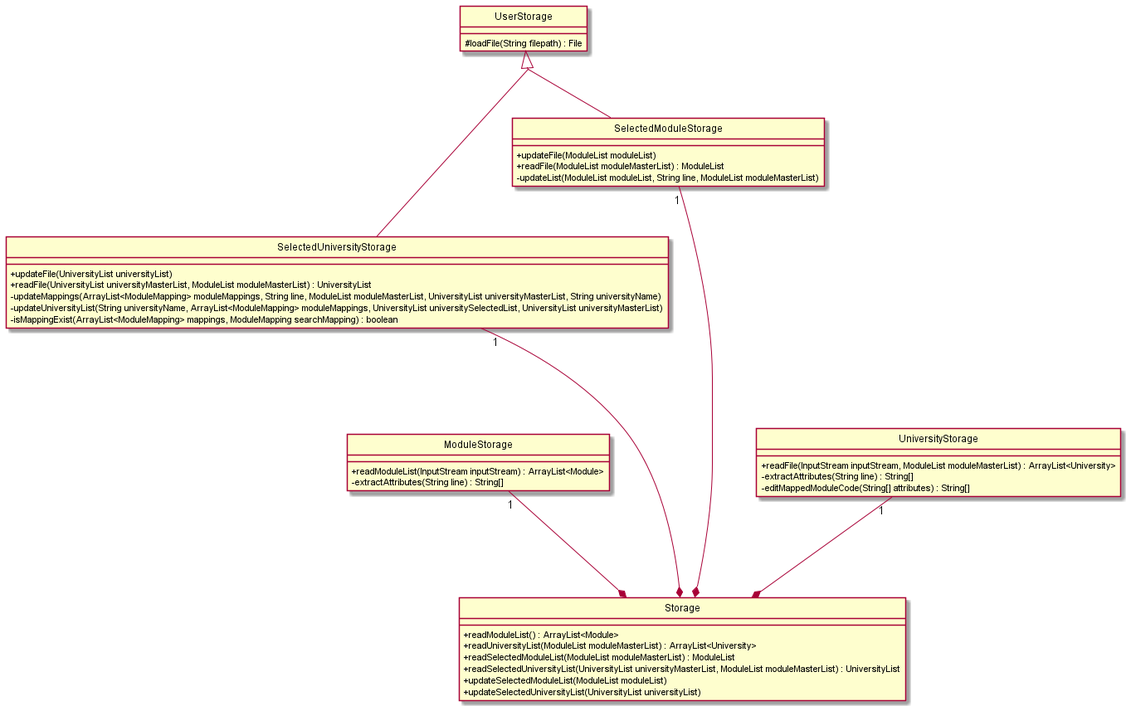
The PlantUML diagram docs/images/storage.png in nus-cs2113-AY2122S1/tp, before a commit.
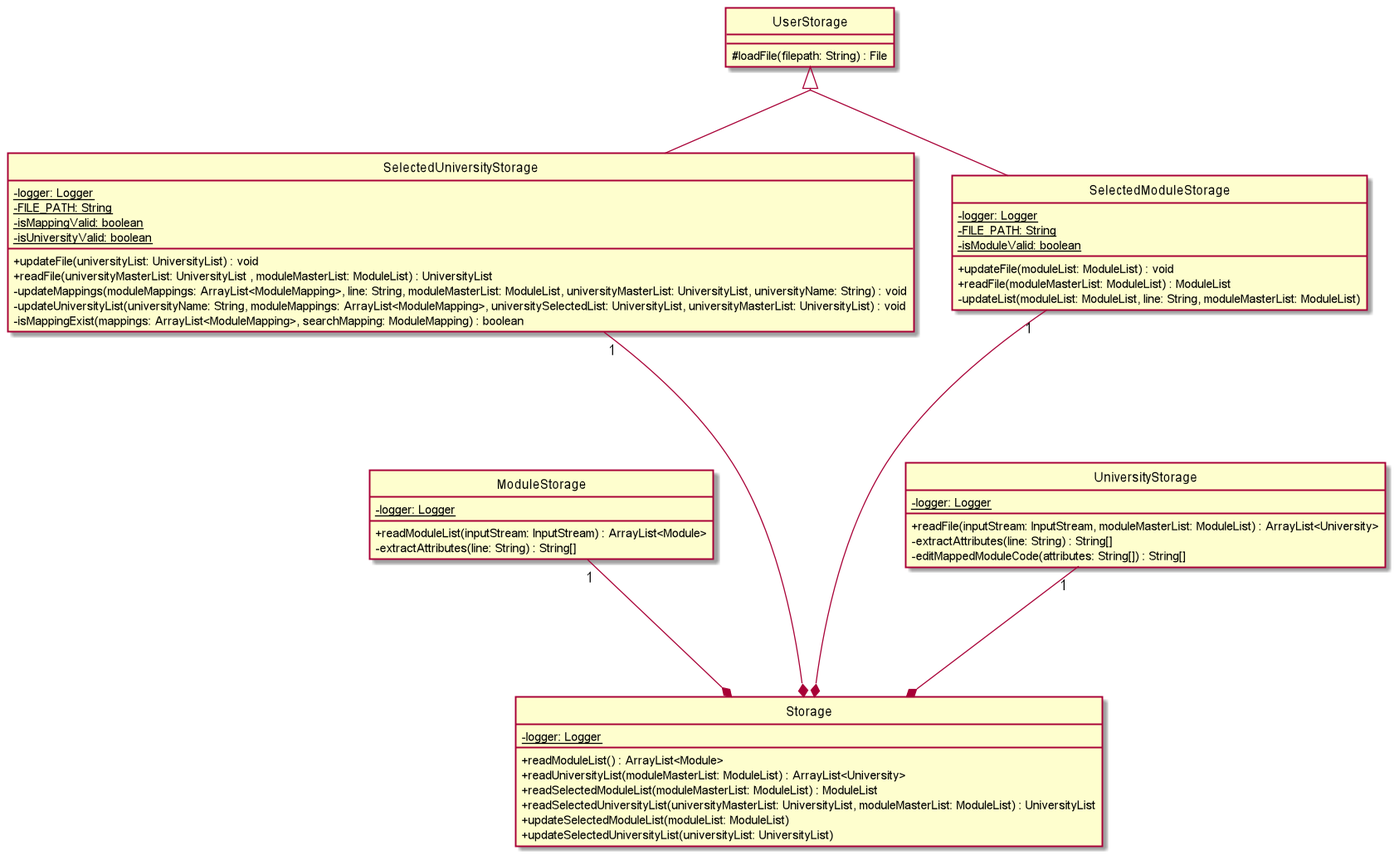
Later version of the same file.

The edit, as a diff of the source:
```diff
@@ -4,38 +4,48 @@
 skinparam groupInheritance 2
 
 ModuleStorage "1" ---* Storage
-    ModuleStorage : + readModuleList(InputStream inputStream) : ArrayList<Module>
-    ModuleStorage : - extractAttributes(String line) : String[]
+    ModuleStorage : - {static} logger: Logger
+    ModuleStorage : + readModuleList(inputStream: InputStream) : ArrayList<Module>
+    ModuleStorage : - extractAttributes(line: String) : String[]
 
 UserStorage <|-- SelectedUniversityStorage
 SelectedUniversityStorage "1" -----* Storage
-    SelectedUniversityStorage : + updateFile(UniversityList universityList)
-    SelectedUniversityStorage : + readFile(UniversityList universityMasterList, ModuleList moduleMasterList) : UniversityList
-    SelectedUniversityStorage : - updateMappings(ArrayList<ModuleMapping> moduleMappings, String line, ModuleList moduleMasterList, UniversityList universityMasterList, String universityName)
-    SelectedUniversityStorage : - updateUniversityList(String universityName, ArrayList<ModuleMapping> moduleMappings, UniversityList universitySelectedList, UniversityList universityMasterList)
-    SelectedUniversityStorage : - isMappingExist(ArrayList<ModuleMapping> mappings, ModuleMapping searchMapping) : boolean
+    SelectedUniversityStorage : - {static} logger: Logger
+    SelectedUniversityStorage : - {static} FILE_PATH: String
+    SelectedUniversityStorage : - {static} isMappingValid: boolean
+    SelectedUniversityStorage : - {static} isUniversityValid: boolean
+    SelectedUniversityStorage : + updateFile(universityList: UniversityList) : void
+    SelectedUniversityStorage : + readFile(universityMasterList: UniversityList , moduleMasterList: ModuleList) : UniversityList
+    SelectedUniversityStorage : - updateMappings(moduleMappings: ArrayList<ModuleMapping>, line: String, moduleMasterList: ModuleList, universityMasterList: UniversityList, universityName: String) : void
+    SelectedUniversityStorage : - updateUniversityList(universityName: String, moduleMappings: ArrayList<ModuleMapping>, universitySelectedList: UniversityList, universityMasterList: UniversityList) : void
+    SelectedUniversityStorage : - isMappingExist(mappings: ArrayList<ModuleMapping>, searchMapping: ModuleMapping) : boolean
 
 UserStorage <|-- SelectedModuleStorage
-SelectedModuleStorage "1" ------* Storage
-     SelectedModuleStorage : + updateFile(ModuleList moduleList)
-     SelectedModuleStorage : + readFile(ModuleList moduleMasterList) : ModuleList
-     SelectedModuleStorage : - updateList(ModuleList moduleList, String line, ModuleList moduleMasterList)
+SelectedModuleStorage "1" -----* Storage
+     SelectedModuleStorage : - {static} logger: Logger
+     SelectedModuleStorage : - {static} FILE_PATH: String
+     SelectedModuleStorage : - {static} isModuleValid: boolean
+     SelectedModuleStorage : + updateFile(moduleList: ModuleList) : void
+     SelectedModuleStorage : + readFile(moduleMasterList: ModuleList) : ModuleList
+     SelectedModuleStorage : - updateList(moduleList: ModuleList, line: String, moduleMasterList: ModuleList)
 
 UniversityStorage "1" ---* Storage
-    UniversityStorage : + readFile(InputStream inputStream, ModuleList moduleMasterList) : ArrayList<University>
-    UniversityStorage : - extractAttributes(String line) : String[]
-    UniversityStorage : - editMappedModuleCode(String[] attributes) : String[]
+    UniversityStorage : - {static} logger: Logger
+    UniversityStorage : + readFile(inputStream: InputStream, moduleMasterList: ModuleList) : ArrayList<University>
+    UniversityStorage : - extractAttributes(line: String) : String[]
+    UniversityStorage : - editMappedModuleCode(attributes: String[]) : String[]
 
 class UserStorage {
-    # loadFile(String filepath) : File
+    # loadFile(filepath: String) : File
 }
 
 class Storage {
+    - {static} logger: Logger
     + readModuleList() : ArrayList<Module>
-    + readUniversityList(ModuleList moduleMasterList) : ArrayList<University>
-    + readSelectedModuleList(ModuleList moduleMasterList) : ModuleList
-    + readSelectedUniversityList(UniversityList universityMasterList, ModuleList moduleMasterList) : UniversityList
-    + updateSelectedModuleList(ModuleList moduleList)
-    + updateSelectedUniversityList(UniversityList universityList)
+    + readUniversityList(moduleMasterList: ModuleList) : ArrayList<University>
+    + readSelectedModuleList(moduleMasterList: ModuleList) : ModuleList
+    + readSelectedUniversityList(universityMasterList: UniversityList, moduleMasterList: ModuleList) : UniversityList
+    + updateSelectedModuleList(moduleList: ModuleList)
+    + updateSelectedUniversityList(universityList: UniversityList)
 }
 @enduml
```
